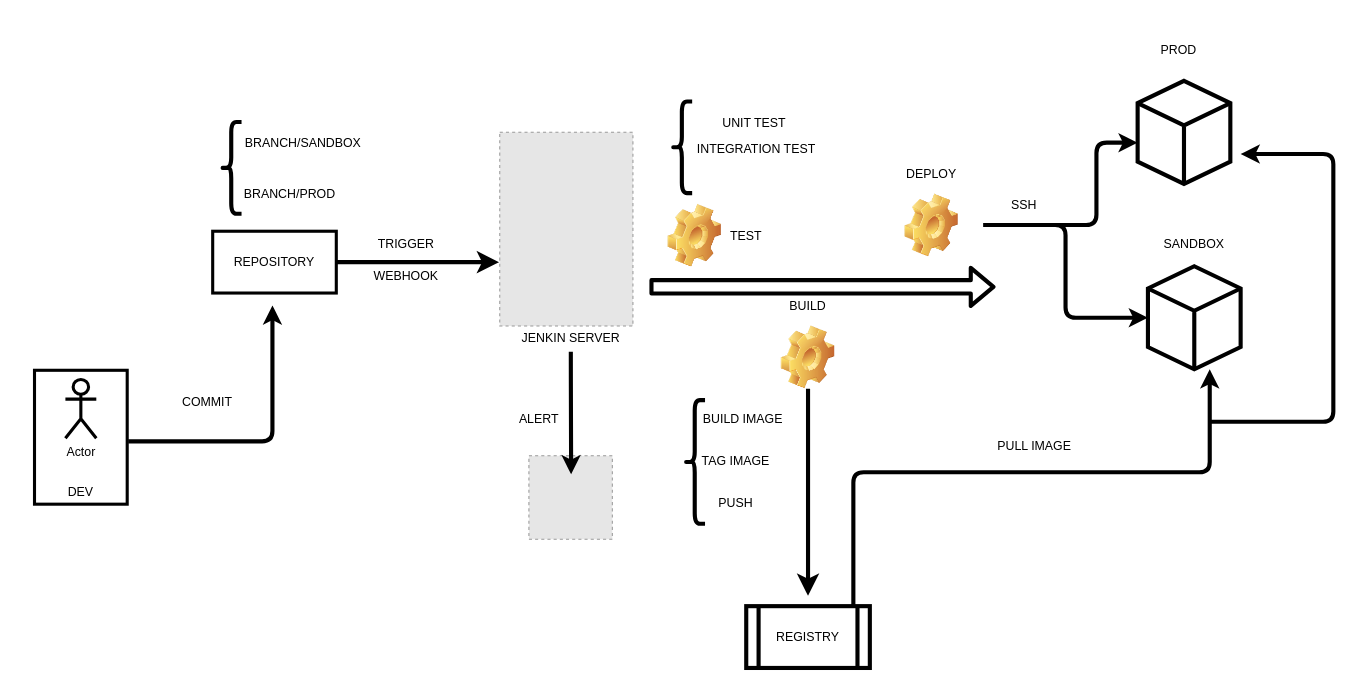
quanhk711/dev-test- keeps this draw.io diagram as ci/ci-cd.drawio. Above is the earlier version. Source tidied: cells renumbered, new cells numbered last; positions are measured from the earlier drawing's top-left corner, leaving out a move shared by most shapes. Both pictures are drawn from the tidied source at 103%, with x=0, y=0 at pixel (13, 19). Pictures stored in the file or linked from it are replaced by grey dashed boxes.
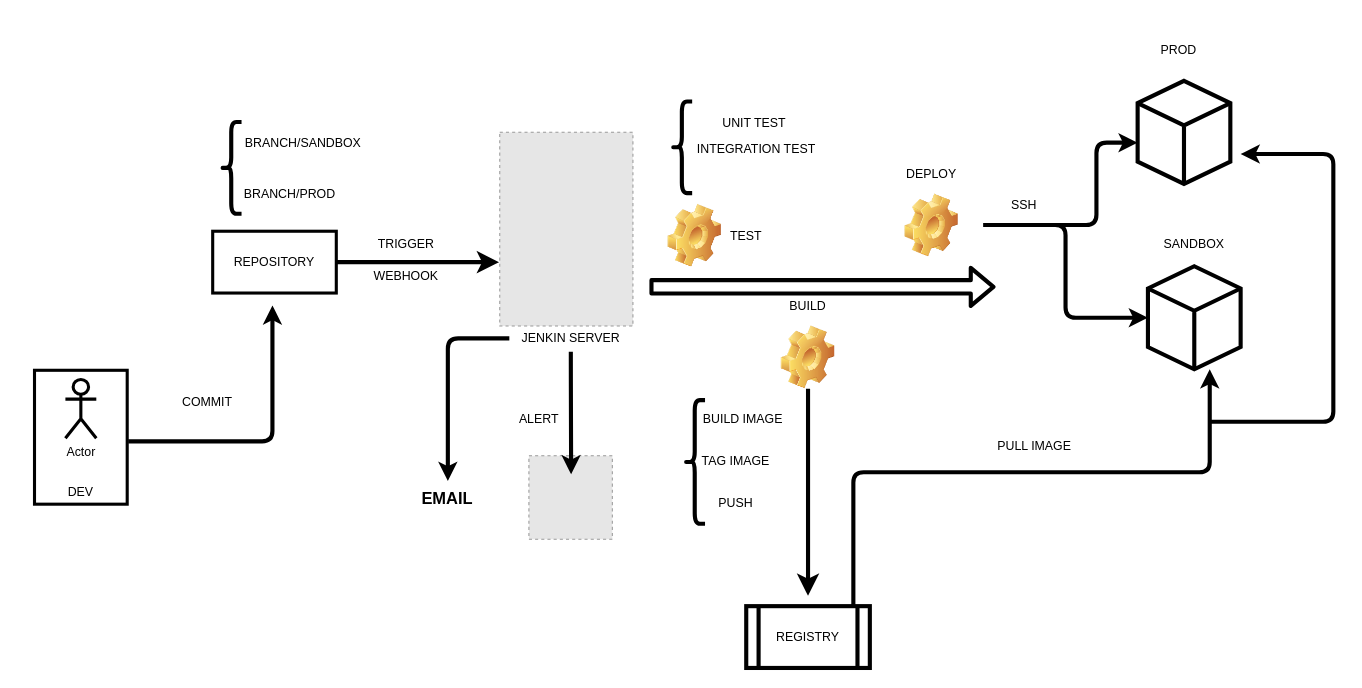
Above is the later version.

Unchanged cells that the change refers to:
```xml
<mxCell id="11" value="JENKIN SERVER" style="rounded=0;whiteSpace=wrap;html=1;strokeWidth=3;opacity=0;" parent="1" vertex="1">
  <mxGeometry x="481" y="280" width="120" height="60" as="geometry" />
</mxCell>
```

The edit, as a diff of the source:
```diff
@@
+    <mxCell id="46" style="edgeStyle=segmentEdgeStyle;endArrow=classic;html=1;strokeWidth=4;" parent="1" edge="1" source="11">
+      <mxGeometry relative="1" as="geometry">
+        <mxPoint x="421.3" y="448.5" as="targetPoint" />
+        <Array as="points">
+          <mxPoint x="421" y="310" />
+        </Array>
+      </mxGeometry>
+    </mxCell>
+    <mxCell id="47" value="&lt;b&gt;&lt;font style=&quot;font-size: 16px&quot;&gt;EMAIL&lt;/font&gt;&lt;/b&gt;" style="rounded=0;whiteSpace=wrap;html=1;strokeWidth=3;opacity=0;" parent="1" vertex="1">
+      <mxGeometry x="361" y="434.5" width="120" height="60" as="geometry" />
+    </mxCell>
```
